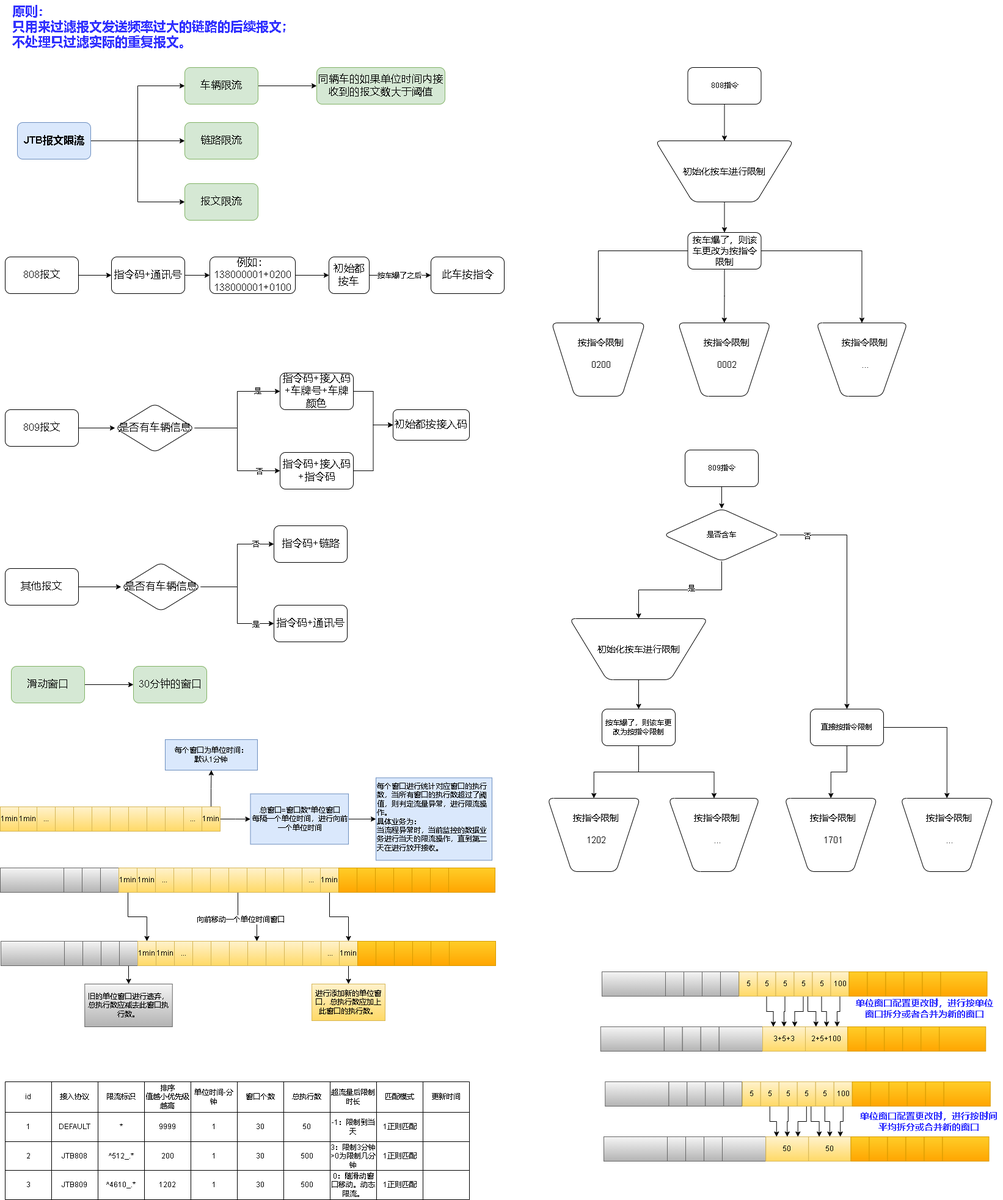
xktder/draw keeps this draw.io diagram as jtb报文限流.drawio.png. Above is the earlier version. Source tidied: cells renumbered, new cells last; positions are measured from the earlier drawing's top-left corner, leaving out a move shared by most shapes.
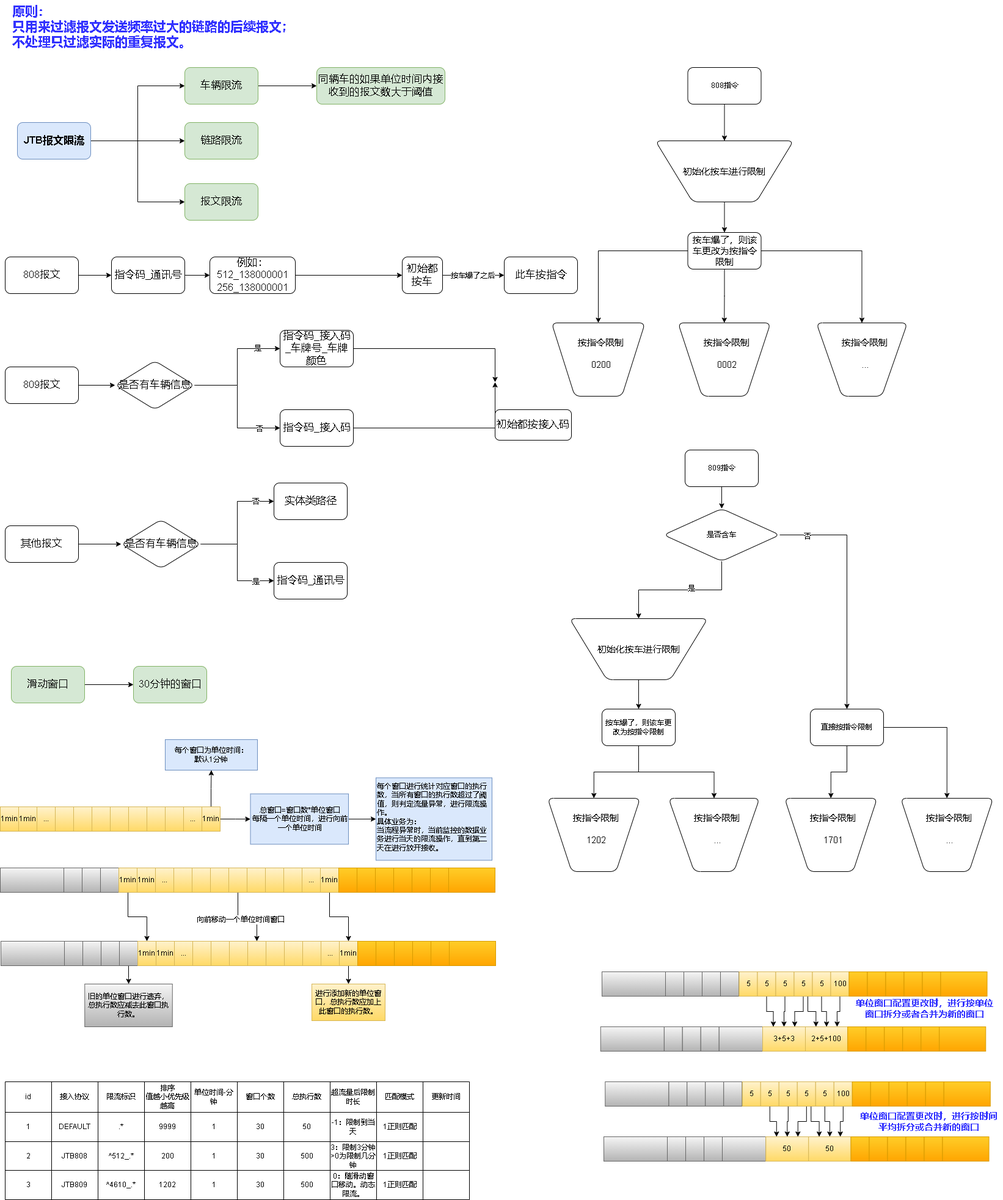
After the change.

Commit message:
更新jtb报文限流.drawio.png

Change to the diagram source:
```diff
@@ -27,13 +27,13 @@
       <mxGeometry relative="1" as="geometry" />
     </mxCell>
     <mxCell id="10" value="809报文" style="rounded=1;whiteSpace=wrap;html=1;fontSize=17;" parent="1" vertex="1">
-      <mxGeometry x="8" y="670" width="120" height="60" as="geometry" />
+      <mxGeometry x="8" y="600" width="120" height="60" as="geometry" />
     </mxCell>
     <mxCell id="11" style="edgeStyle=orthogonalEdgeStyle;rounded=0;jettySize=auto;html=1;fontSize=12;fontColor=#000000;" parent="1" edge="1" source="12" target="36">
       <mxGeometry relative="1" as="geometry" />
     </mxCell>
     <mxCell id="12" value="其他报文" style="rounded=1;whiteSpace=wrap;html=1;fontSize=17;" parent="1" vertex="1">
-      <mxGeometry x="8" y="930" width="120" height="60" as="geometry" />
+      <mxGeometry x="8" y="860" width="120" height="60" as="geometry" />
     </mxCell>
     <mxCell id="13" style="edgeStyle=orthogonalEdgeStyle;rounded=0;jettySize=auto;html=1;fontSize=17;entryX=0;entryY=0.5;entryDx=0;entryDy=0;" parent="1" edge="1" source="14" target="17">
       <mxGeometry relative="1" as="geometry" />
@@ -53,13 +53,13 @@
     <mxCell id="18" style="edgeStyle=orthogonalEdgeStyle;rounded=0;jettySize=auto;html=1;fontColor=#3333FF;entryX=0;entryY=0.5;entryDx=0;entryDy=0;" parent="1" edge="1" source="19" target="21">
       <mxGeometry relative="1" as="geometry" />
     </mxCell>
-    <mxCell id="19" value="指令码+通讯号" style="whiteSpace=wrap;html=1;fontSize=17;rounded=1;" parent="1" vertex="1">
+    <mxCell id="19" value="指令码_通讯号" style="whiteSpace=wrap;html=1;fontSize=17;rounded=1;" parent="1" vertex="1">
       <mxGeometry x="182" y="420" width="120" height="60" as="geometry" />
     </mxCell>
     <mxCell id="20" style="edgeStyle=orthogonalEdgeStyle;rounded=0;jettySize=auto;html=1;fontSize=12;fontColor=#000000;" parent="1" edge="1" source="21" target="117">
       <mxGeometry relative="1" as="geometry" />
     </mxCell>
-    <mxCell id="21" value="例如：138000001+0200&lt;br&gt;138000001+0100" style="whiteSpace=wrap;html=1;fontSize=17;rounded=1;" parent="1" vertex="1">
+    <mxCell id="21" value="例如：512_138000001&lt;br&gt;256_138000001" style="whiteSpace=wrap;html=1;fontSize=17;rounded=1;" parent="1" vertex="1">
       <mxGeometry x="343" y="420" width="140" height="60" as="geometry" />
     </mxCell>
     <mxCell id="22" style="edgeStyle=orthogonalEdgeStyle;rounded=0;jettySize=auto;html=1;fontSize=21;fontColor=#3333FF;" parent="1" edge="1" source="26" target="29">
@@ -79,22 +79,26 @@
       </mxGeometry>
     </mxCell>
     <mxCell id="26" value="是否有车辆信息" style="rhombus;whiteSpace=wrap;html=1;fontSize=17;rounded=1;" parent="1" vertex="1">
-      <mxGeometry x="188" y="660" width="130" height="80" as="geometry" />
+      <mxGeometry x="188" y="590" width="130" height="80" as="geometry" />
     </mxCell>
     <mxCell id="27" value="&lt;font style=&quot;font-size: 21px;&quot;&gt;&lt;b&gt;原则：&lt;br&gt;只用来过滤报文发送频率过大的链路的后续报文；&lt;br&gt;不处理只过滤实际的重复报文。&lt;/b&gt;&lt;/font&gt;" style="text;html=1;strokeColor=none;fillColor=none;align=left;verticalAlign=top;whiteSpace=wrap;rounded=0;fontColor=#3333FF;" parent="1" vertex="1">
       <mxGeometry x="18" width="640" height="80" as="geometry" />
     </mxCell>
-    <mxCell id="28" style="edgeStyle=orthogonalEdgeStyle;rounded=0;jettySize=auto;html=1;entryX=0;entryY=0.5;entryDx=0;entryDy=0;fontSize=12;fontColor=#000000;" parent="1" edge="1" source="29" target="119">
-      <mxGeometry relative="1" as="geometry" />
+    <mxCell id="28" style="edgeStyle=orthogonalEdgeStyle;rounded=0;jettySize=auto;html=1;entryX=0;entryY=0.5;entryDx=0;entryDy=0;fontSize=12;fontColor=#000000;" parent="1" edge="1" source="29">
+      <mxGeometry relative="1" as="geometry">
+        <mxPoint x="810" y="625" as="targetPoint" />
+      </mxGeometry>
     </mxCell>
-    <mxCell id="29" value="指令码+接入码&lt;br&gt;+指令码" style="whiteSpace=wrap;html=1;fontSize=17;rounded=1;" parent="1" vertex="1">
-      <mxGeometry x="458" y="740" width="120" height="60" as="geometry" />
+    <mxCell id="29" value="指令码_接入码" style="whiteSpace=wrap;html=1;fontSize=17;rounded=1;" parent="1" vertex="1">
+      <mxGeometry x="458" y="670" width="120" height="60" as="geometry" />
     </mxCell>
-    <mxCell id="30" style="edgeStyle=orthogonalEdgeStyle;rounded=0;jettySize=auto;html=1;fontSize=12;fontColor=#000000;" parent="1" edge="1" source="31" target="119">
-      <mxGeometry relative="1" as="geometry" />
+    <mxCell id="30" style="edgeStyle=orthogonalEdgeStyle;rounded=0;jettySize=auto;html=1;fontSize=12;fontColor=#000000;" parent="1" edge="1" source="31">
+      <mxGeometry relative="1" as="geometry">
+        <mxPoint x="810" y="625" as="targetPoint" />
+      </mxGeometry>
     </mxCell>
-    <mxCell id="31" value="指令码+接入码+车牌号+车牌颜色" style="whiteSpace=wrap;html=1;fontSize=17;rounded=1;" parent="1" vertex="1">
-      <mxGeometry x="458" y="610" width="120" height="60" as="geometry" />
+    <mxCell id="31" value="指令码_接入码_车牌号_车牌颜色" style="whiteSpace=wrap;html=1;fontSize=17;rounded=1;" parent="1" vertex="1">
+      <mxGeometry x="458" y="540" width="120" height="60" as="geometry" />
     </mxCell>
     <mxCell id="32" style="edgeStyle=orthogonalEdgeStyle;rounded=0;jettySize=auto;html=1;fontSize=12;fontColor=#000000;" parent="1" edge="1" source="36" target="37">
       <mxGeometry relative="1" as="geometry" />
@@ -113,13 +117,13 @@
       </mxGeometry>
     </mxCell>
     <mxCell id="36" value="是否有车辆信息" style="rhombus;whiteSpace=wrap;html=1;fontSize=17;rounded=1;" parent="1" vertex="1">
-      <mxGeometry x="198" y="920" width="130" height="80" as="geometry" />
+      <mxGeometry x="198" y="850" width="130" height="80" as="geometry" />
     </mxCell>
-    <mxCell id="37" value="&lt;span style=&quot;&quot;&gt;指令码+链路&lt;/span&gt;" style="whiteSpace=wrap;html=1;fontSize=17;rounded=1;" parent="1" vertex="1">
-      <mxGeometry x="448" y="860" width="120" height="60" as="geometry" />
+    <mxCell id="37" value="实体类路径" style="whiteSpace=wrap;html=1;fontSize=17;rounded=1;" parent="1" vertex="1">
+      <mxGeometry x="448" y="790" width="120" height="60" as="geometry" />
     </mxCell>
-    <mxCell id="38" value="指令码+通讯号" style="whiteSpace=wrap;html=1;fontSize=17;rounded=1;" parent="1" vertex="1">
-      <mxGeometry x="448" y="990" width="120" height="60" as="geometry" />
+    <mxCell id="38" value="指令码_通讯号" style="whiteSpace=wrap;html=1;fontSize=17;rounded=1;" parent="1" vertex="1">
+      <mxGeometry x="448" y="920" width="120" height="60" as="geometry" />
     </mxCell>
     <mxCell id="39" style="edgeStyle=orthogonalEdgeStyle;rounded=0;jettySize=auto;html=1;entryX=0;entryY=0.5;entryDx=0;entryDy=0;" parent="1" edge="1" source="40" target="41">
       <mxGeometry relative="1" as="geometry" />
@@ -375,13 +379,13 @@
       </mxGeometry>
     </mxCell>
     <mxCell id="117" value="初始都&lt;br&gt;按车" style="whiteSpace=wrap;html=1;fontSize=17;rounded=1;" parent="1" vertex="1">
-      <mxGeometry x="538" y="420" width="66" height="60" as="geometry" />
+      <mxGeometry x="658" y="420" width="66" height="60" as="geometry" />
     </mxCell>
     <mxCell id="118" value="此车按指令" style="whiteSpace=wrap;html=1;fontSize=17;rounded=1;" parent="1" vertex="1">
-      <mxGeometry x="705" y="420" width="120" height="60" as="geometry" />
+      <mxGeometry x="825" y="420" width="120" height="60" as="geometry" />
     </mxCell>
     <mxCell id="119" value="初始都按接入码" style="whiteSpace=wrap;html=1;fontSize=17;rounded=1;" parent="1" vertex="1">
-      <mxGeometry x="643" y="670" width="125" height="50" as="geometry" />
+      <mxGeometry x="810" y="670" width="125" height="50" as="geometry" />
     </mxCell>
     <mxCell id="120" style="edgeStyle=orthogonalEdgeStyle;rounded=0;jettySize=auto;html=1;entryX=0.5;entryY=1;entryDx=0;entryDy=0;fontSize=15;fontColor=#000000;" parent="1" edge="1" source="121" target="123">
       <mxGeometry relative="1" as="geometry" />
@@ -569,7 +573,7 @@
     <mxCell id="181" value="DEFAULT" style="shape=partialRectangle;html=1;whiteSpace=wrap;overflow=hidden;fillColor=none;top=0;left=0;bottom=0;right=0;" parent="179" vertex="1">
       <mxGeometry x="76" width="76" height="48" as="geometry" />
     </mxCell>
-    <mxCell id="182" value="*" style="shape=partialRectangle;html=1;whiteSpace=wrap;overflow=hidden;fillColor=none;top=0;left=0;bottom=0;right=0;" parent="179" vertex="1">
+    <mxCell id="182" value=".*" style="shape=partialRectangle;html=1;whiteSpace=wrap;overflow=hidden;fillColor=none;top=0;left=0;bottom=0;right=0;" parent="179" vertex="1">
       <mxGeometry x="152" width="76" height="48" as="geometry" />
     </mxCell>
     <mxCell id="183" value="9999" style="shape=partialRectangle;html=1;whiteSpace=wrap;overflow=hidden;fillColor=none;top=0;left=0;bottom=0;right=0;" parent="179" vertex="1">
```
